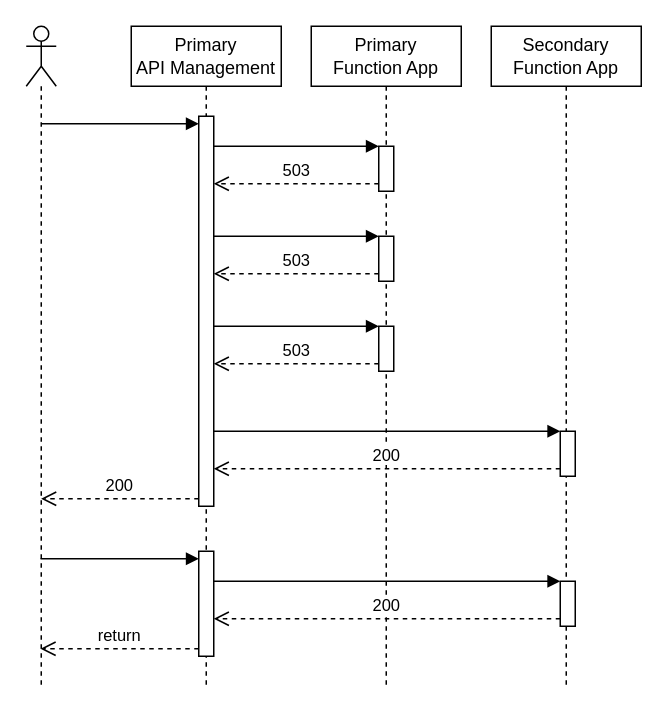
ronaldbosma/azure-apim-samples keeps this draw.io diagram as page "failover-sequence-diagram" (2 of 2) of failover-with-load-balanced-pool/images/diagrams.drawio. Above is the earlier version. Source tidied: cells renumbered, new cells numbered last; positions are measured from the earlier drawing's top-left corner, leaving out a move shared by most shapes. Both pictures are drawn from the tidied source at 150%, with x=0, y=0 at pixel (26, 26).
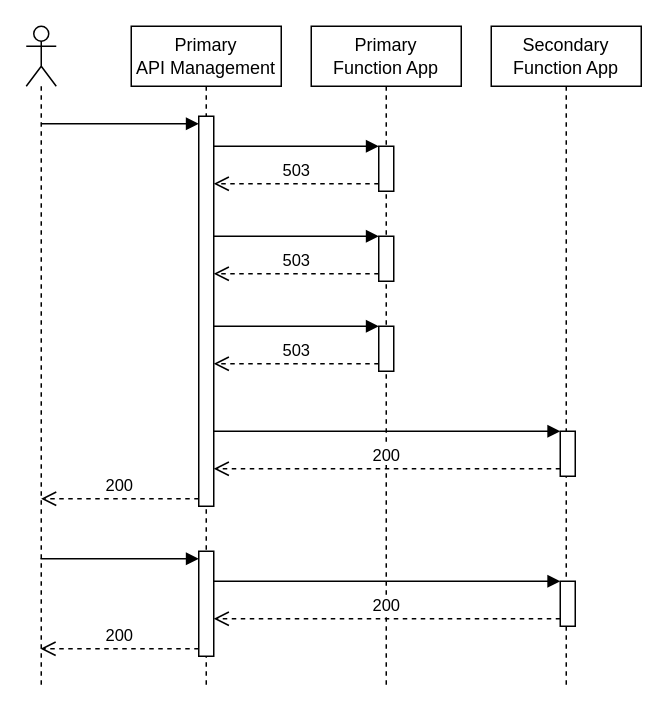
After the change.

Commit message:
Update sequence diagram (fix response code)

The change refers to these unchanged cells:
```xml
<mxCell id="2" style="shape=umlLifeline;perimeter=lifelinePerimeter;whiteSpace=wrap;html=1;outlineConnect=0;portConstraint=eastwest;newEdgeStyle={&quot;curved&quot;:0,&quot;rounded&quot;:0};participant=umlActor;" parent="1" vertex="1">
  <mxGeometry width="20" height="440" as="geometry" />
</mxCell>
<mxCell id="5" style="html=1;points=[[0,0,0,0,5],[0,1,0,0,-5],[1,0,0,0,5],[1,1,0,0,-5]];perimeter=orthogonalPerimeter;outlineConnect=0;targetShapes=umlLifeline;portConstraint=eastwest;newEdgeStyle={&quot;curved&quot;:0,&quot;rounded&quot;:0};" parent="3" vertex="1">
  <mxGeometry x="45" y="350" width="10" height="70" as="geometry" />
</mxCell>
```

Diff of the diagram source:
```diff
@@
-    <mxCell id="25" value="return" style="html=1;verticalAlign=bottom;endArrow=open;dashed=1;endSize=8;curved=0;rounded=0;exitX=0;exitY=1;exitDx=0;exitDy=-5;" parent="1" edge="1" source="5" target="2">
+    <mxCell id="25" value="200" style="html=1;verticalAlign=bottom;endArrow=open;dashed=1;endSize=8;curved=0;rounded=0;exitX=0;exitY=1;exitDx=0;exitDy=-5;" parent="1" edge="1" source="5" target="2">
       <mxGeometry relative="1" as="geometry" />
     </mxCell>
```
